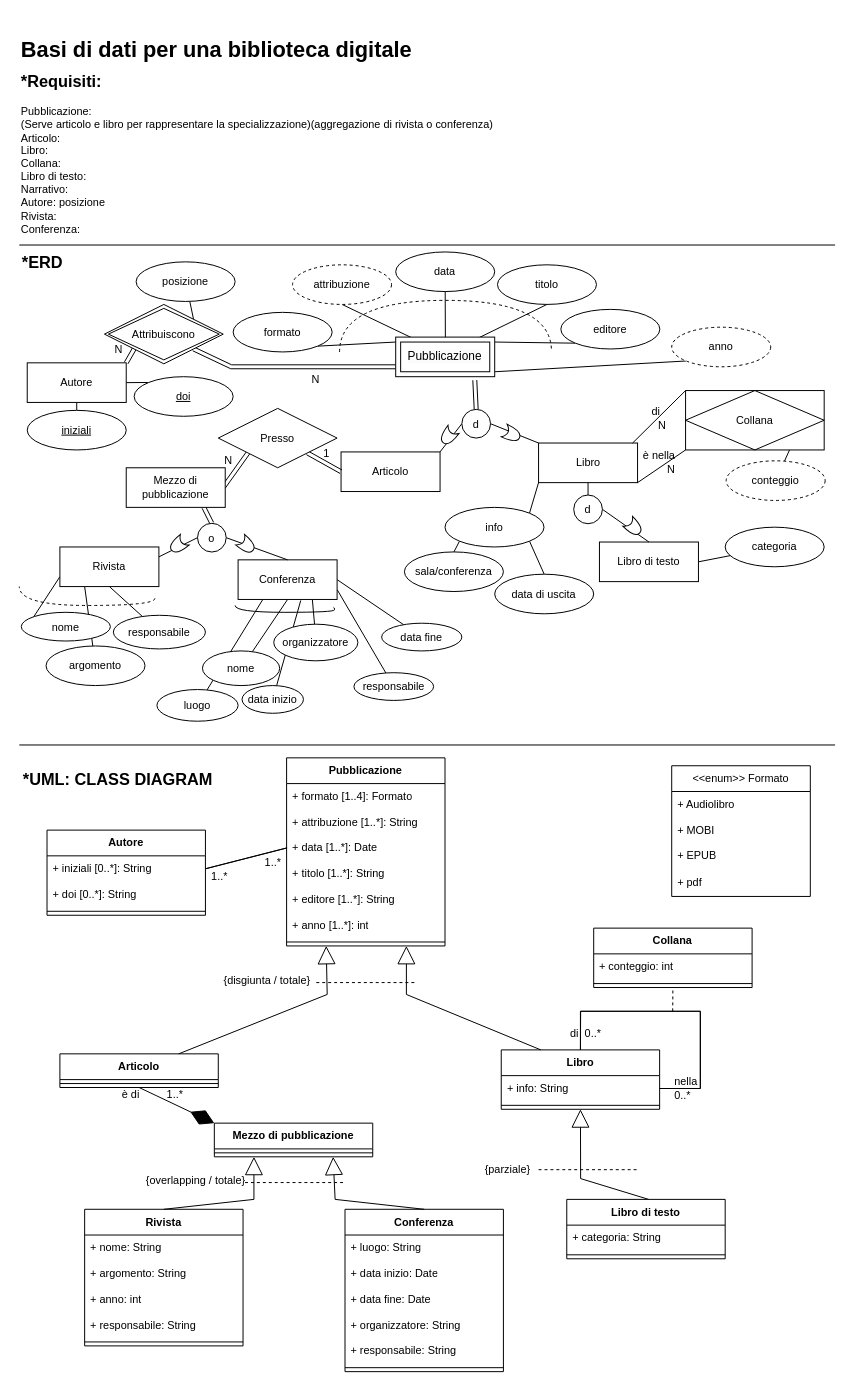
Above: digital_library.drawio in FiorentinoLuca/diagrams (draw.io), before the change. Source tidied: cells renumbered, new cells numbered last; positions are measured from the earlier drawing's top-left corner, leaving out a move shared by most shapes. Both pictures are drawn from the tidied source at 99%, with x=0, y=0 at pixel (19, 17).
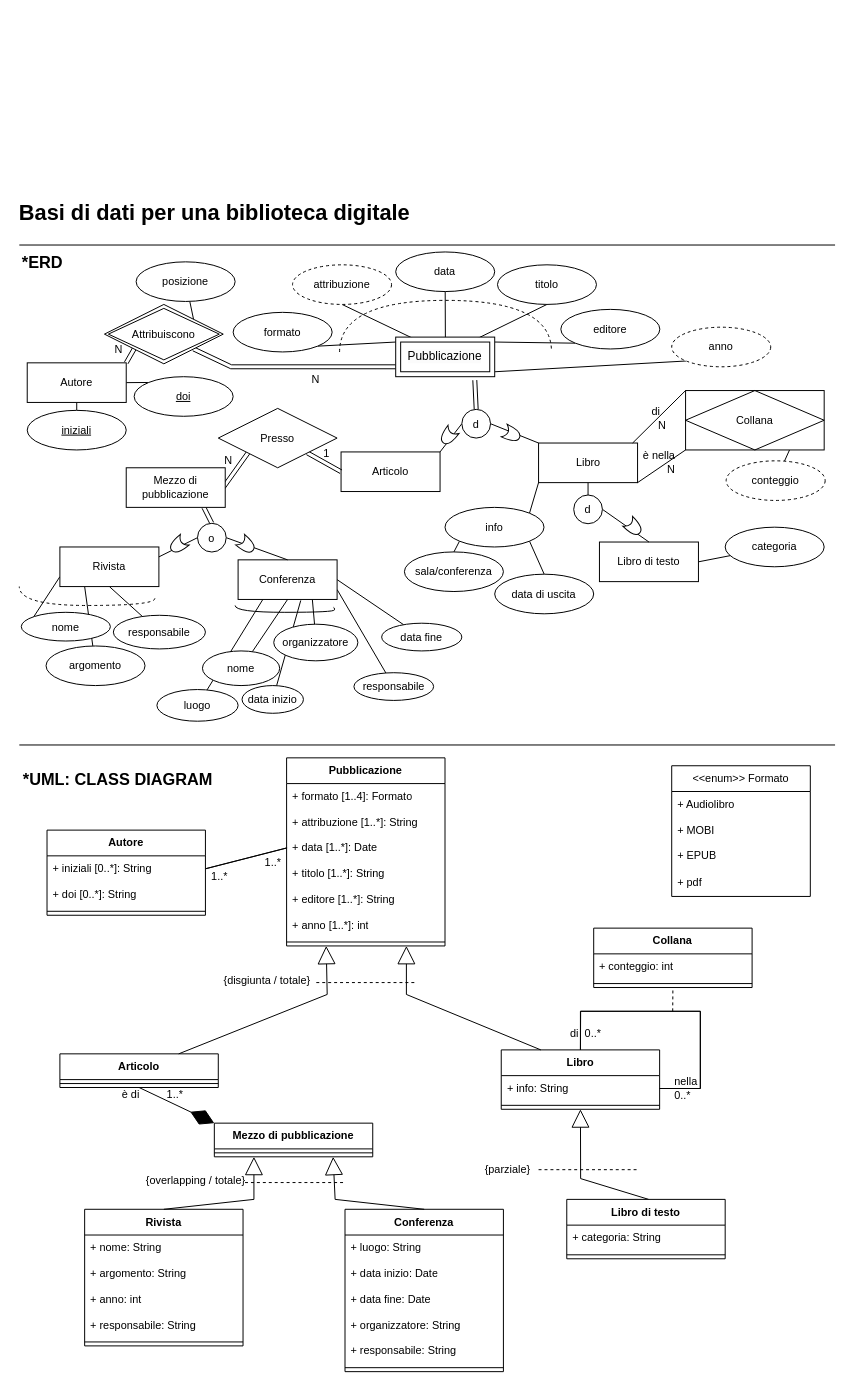
The same page after the edit.

Diff of the diagram source:
```diff
@@
-    <mxCell id="3" value="&lt;div&gt;&lt;h2&gt;*Requisiti:&amp;nbsp;&lt;/h2&gt;&lt;/div&gt;&lt;div&gt;Pubblicazione&lt;span style=&quot;background-color: transparent;&quot;&gt;:&amp;nbsp;&lt;/span&gt;&lt;/div&gt;&lt;div&gt;(Serve articolo e libro per rappresentare la specializzazione)(aggregazione di rivista o conferenza)&lt;/div&gt;&lt;div&gt;Articolo:&lt;/div&gt;&lt;div&gt;Libro:&lt;/div&gt;&lt;div&gt;Collana:&lt;/div&gt;&lt;div&gt;Libro di testo:&lt;/div&gt;&lt;div&gt;Narrativo:&lt;/div&gt;&lt;div&gt;Autore: posizione&lt;/div&gt;&lt;div&gt;Rivista:&amp;nbsp;&lt;/div&gt;&lt;div&gt;Conferenza:&lt;/div&gt;" style="text;html=1;align=left;verticalAlign=middle;strokeColor=none;fillColor=none;fontSize=11;labelBackgroundColor=none;" parent="1" vertex="1">
-      <mxGeometry y="36" width="495" height="189" as="geometry" />
-    </mxCell>
@@
     <mxCell id="18" value="&lt;h1&gt;Basi di dati per una biblioteca digitale&lt;/h1&gt;" style="text;html=1;align=left;verticalAlign=middle;strokeColor=none;fillColor=none;fontFamily=Helvetica;fontSize=11;labelBackgroundColor=none;" parent="1" vertex="1">
-      <mxGeometry width="413" height="68" as="geometry" />
+      <mxGeometry x="-2" y="164" width="413" height="68" as="geometry" />
     </mxCell>
```
